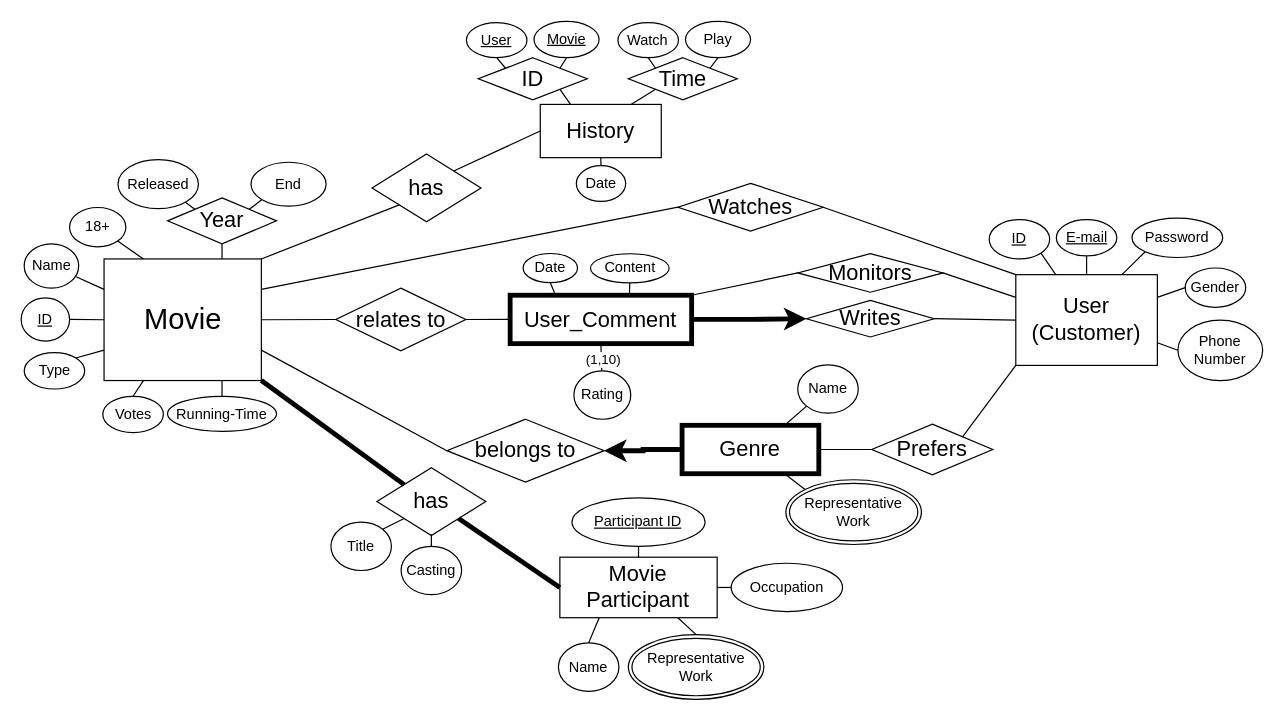
Above: page "ER" (1 of 2) of Assignment1_ER_Modeling/Movie.drawio in hjpark83/DBMS (draw.io), before the change. Source tidied: cells renumbered, new cells numbered last; positions are measured from the earlier drawing's top-left corner, leaving out a move shared by most shapes. Both pictures are drawn from the tidied source at 121%, with x=0, y=0 at pixel (21, 21).
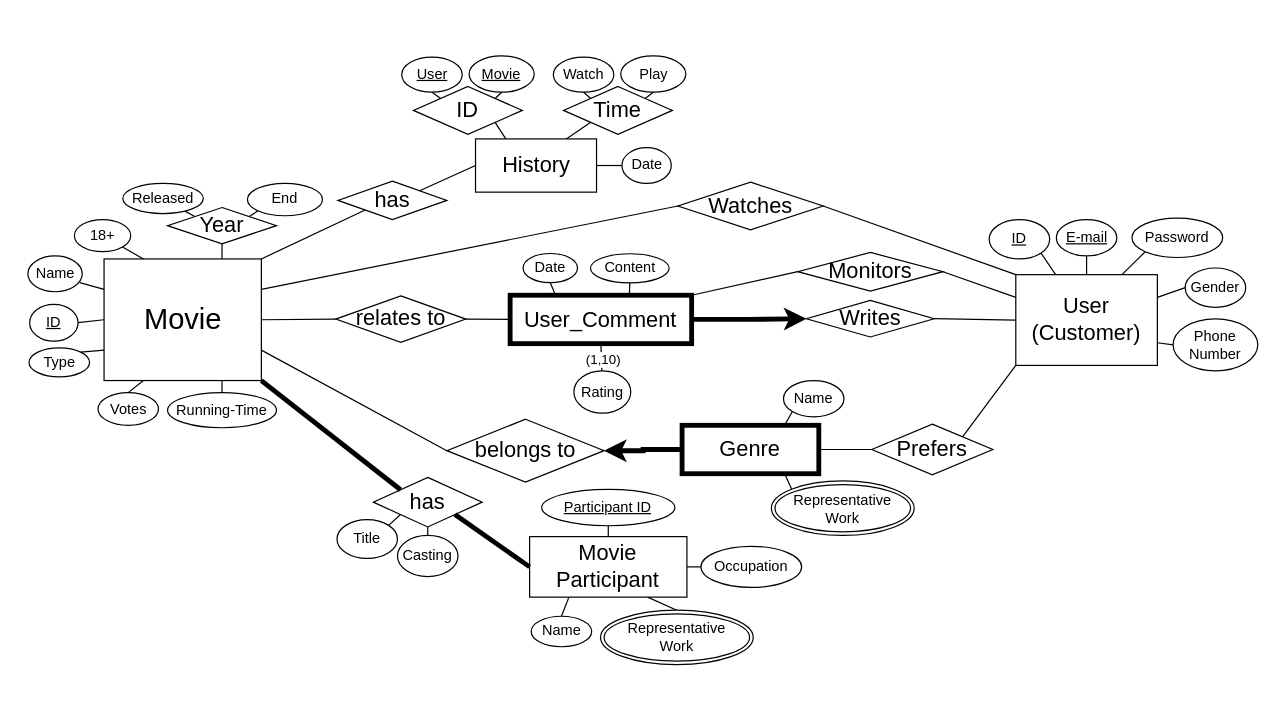
The same page after the edit.

The edit, as a diff of the source:
```diff
@@
     <mxCell id="2" value="Type" style="ellipse;whiteSpace=wrap;html=1;align=center;rounded=1;" parent="1" vertex="1">
-      <mxGeometry x="2.5" y="274" width="50" height="30" as="geometry" />
+      <mxGeometry x="6.5" y="270" width="50" height="24" as="geometry" />
     </mxCell>
@@
     <mxCell id="4" value="&lt;font style=&quot;font-size: 18px;&quot;&gt;Movie Participant&lt;/font&gt;" style="whiteSpace=wrap;html=1;align=center;rounded=0;" parent="1" vertex="1">
-      <mxGeometry x="445.2" y="443" width="130" height="50" as="geometry" />
+      <mxGeometry x="420.2" y="426" width="130" height="50" as="geometry" />
     </mxCell>
@@
     <mxCell id="13" value="Phone Number" style="ellipse;whiteSpace=wrap;html=1;align=center;rounded=1;" parent="1" vertex="1">
-      <mxGeometry x="956" y="247" width="70" height="50" as="geometry" />
+      <mxGeometry x="952" y="246" width="70" height="43" as="geometry" />
     </mxCell>
@@
     <mxCell id="15" value="Name" style="ellipse;whiteSpace=wrap;html=1;align=center;rounded=1;" parent="1" vertex="1">
-      <mxGeometry x="2.5" y="184" width="45" height="36.6" as="geometry" />
+      <mxGeometry x="5.5" y="194" width="45" height="29.6" as="geometry" />
     </mxCell>
     <mxCell id="16" value="Running-Time" style="ellipse;whiteSpace=wrap;html=1;align=center;rounded=1;" parent="1" vertex="1">
-      <mxGeometry x="121" y="310" width="90" height="29" as="geometry" />
+      <mxGeometry x="121" y="307" width="90" height="29" as="geometry" />
     </mxCell>
     <mxCell id="17" value="Released" style="ellipse;whiteSpace=wrap;html=1;align=center;rounded=1;" parent="1" vertex="1">
-      <mxGeometry x="80" y="114.4" width="66.5" height="40.6" as="geometry" />
+      <mxGeometry x="84" y="134" width="66.5" height="25" as="geometry" />
     </mxCell>
     <mxCell id="18" value="18+" style="ellipse;whiteSpace=wrap;html=1;align=center;rounded=1;" parent="1" vertex="1">
-      <mxGeometry x="40" y="154" width="46.5" height="32.5" as="geometry" />
+      <mxGeometry x="44" y="164" width="46.5" height="26.5" as="geometry" />
     </mxCell>
@@
     <mxCell id="22" value="Rating" style="ellipse;whiteSpace=wrap;html=1;align=center;rounded=1;" parent="1" vertex="1">
-      <mxGeometry x="456.8" y="289" width="47" height="40" as="geometry" />
+      <mxGeometry x="456.8" y="289" width="47" height="35" as="geometry" />
     </mxCell>
     <mxCell id="23" value="&lt;u&gt;ID&lt;/u&gt;" style="ellipse;whiteSpace=wrap;html=1;align=center;rounded=1;" parent="1" vertex="1">
-      <mxGeometry y="228.6" width="40" height="35.8" as="geometry" />
+      <mxGeometry x="7" y="234" width="40" height="30.4" as="geometry" />
     </mxCell>
@@
     <mxCell id="37" value="&lt;span style=&quot;font-size: 18px;&quot;&gt;relates to&lt;/span&gt;" style="shape=rhombus;perimeter=rhombusPerimeter;whiteSpace=wrap;html=1;align=center;rounded=0;" parent="1" vertex="1">
-      <mxGeometry x="260" y="220.6" width="107.5" height="51.9" as="geometry" />
+      <mxGeometry x="260" y="227" width="107.5" height="38.4" as="geometry" />
     </mxCell>
     <mxCell id="38" value="Name" style="ellipse;whiteSpace=wrap;html=1;align=center;rounded=1;" parent="1" vertex="1">
-      <mxGeometry x="444" y="513.8" width="50" height="40" as="geometry" />
+      <mxGeometry x="421.5" y="491.8" width="50" height="25.2" as="geometry" />
     </mxCell>
     <mxCell id="39" value="Occupation" style="ellipse;whiteSpace=wrap;html=1;align=center;rounded=1;" parent="1" vertex="1">
-      <mxGeometry x="586.8" y="448" width="92" height="40" as="geometry" />
+      <mxGeometry x="561.8" y="434" width="83.2" height="34" as="geometry" />
     </mxCell>
     <mxCell id="40" value="&lt;u&gt;Participant ID&lt;/u&gt;" style="ellipse;whiteSpace=wrap;html=1;align=center;rounded=1;" parent="1" vertex="1">
-      <mxGeometry x="455.2" y="394" width="110" height="40" as="geometry" />
+      <mxGeometry x="430.2" y="387" width="110" height="30" as="geometry" />
     </mxCell>
@@
     <mxCell id="45" value="End" style="ellipse;whiteSpace=wrap;html=1;align=center;rounded=1;" parent="1" vertex="1">
-      <mxGeometry x="190" y="116.6" width="62" height="36.2" as="geometry" />
+      <mxGeometry x="187" y="134" width="62" height="26.8" as="geometry" />
     </mxCell>
@@
     <mxCell id="49" value="&lt;font style=&quot;font-size: 18px;&quot;&gt;History&lt;/font&gt;" style="whiteSpace=wrap;html=1;align=center;rounded=0;" parent="1" vertex="1">
-      <mxGeometry x="429" y="68.8" width="100" height="44" as="geometry" />
+      <mxGeometry x="375.5" y="97.3" width="100" height="44" as="geometry" />
     </mxCell>
     <mxCell id="50" value="&lt;font style=&quot;font-size: 18px;&quot;&gt;Watches&lt;/font&gt;" style="shape=rhombus;perimeter=rhombusPerimeter;whiteSpace=wrap;html=1;align=center;rounded=0;" parent="1" vertex="1">
-      <mxGeometry x="542.8" y="134" width="120" height="39.5" as="geometry" />
+      <mxGeometry x="542.8" y="133" width="120" height="39.5" as="geometry" />
     </mxCell>
     <mxCell id="51" value="Name" style="ellipse;whiteSpace=wrap;html=1;align=center;rounded=1;" parent="1" vertex="1">
-      <mxGeometry x="641.8" y="284" width="50" height="40" as="geometry" />
+      <mxGeometry x="630" y="297" width="50" height="30" as="geometry" />
     </mxCell>
     <mxCell id="52" value="&lt;font style=&quot;font-size: 18px;&quot;&gt;has&lt;/font&gt;" style="shape=rhombus;perimeter=rhombusPerimeter;whiteSpace=wrap;html=1;align=center;rounded=0;" parent="1" vertex="1">
-      <mxGeometry x="294" y="369" width="90" height="56" as="geometry" />
+      <mxGeometry x="291" y="377" width="90" height="41" as="geometry" />
     </mxCell>
@@
     <mxCell id="54" value="Watch" style="ellipse;whiteSpace=wrap;html=1;align=center;rounded=1;" parent="1" vertex="1">
-      <mxGeometry x="493.2" y="1.2" width="50" height="29" as="geometry" />
+      <mxGeometry x="439.8" y="29.7" width="50" height="29" as="geometry" />
     </mxCell>
     <mxCell id="55" value="Play" style="ellipse;whiteSpace=wrap;html=1;align=center;rounded=1;" parent="1" vertex="1">
-      <mxGeometry x="549" y="0.2" width="53.8" height="30" as="geometry" />
+      <mxGeometry x="495.5" y="28.7" width="53.8" height="30" as="geometry" />
     </mxCell>
@@
-    <mxCell id="58" style="endArrow=none;html=1;rounded=1;entryX=0.5;entryY=1;entryDx=0;entryDy=0;exitX=0.5;exitY=0;exitDx=0;exitDy=0;" parent="1" edge="1" source="59" target="49">
+    <mxCell id="58" style="endArrow=none;html=1;rounded=1;entryX=1;entryY=0.5;entryDx=0;entryDy=0;exitX=0;exitY=0.5;exitDx=0;exitDy=0;" parent="1" edge="1" source="59" target="49">
       <mxGeometry relative="1" as="geometry" />
     </mxCell>
     <mxCell id="59" value="Date" style="ellipse;whiteSpace=wrap;html=1;align=center;rounded=1;" parent="1" vertex="1">
-      <mxGeometry x="458.8" y="119.4" width="40.8" height="29.6" as="geometry" />
+      <mxGeometry x="496.5" y="104.5" width="40.8" height="29.6" as="geometry" />
     </mxCell>
     <mxCell id="60" value="&lt;font style=&quot;font-size: 18px;&quot;&gt;has&lt;/font&gt;" style="shape=rhombus;perimeter=rhombusPerimeter;whiteSpace=wrap;html=1;align=center;rounded=0;" parent="1" vertex="1">
-      <mxGeometry x="290" y="109.8" width="90" height="56" as="geometry" />
+      <mxGeometry x="261.8" y="132.2" width="90" height="31.8" as="geometry" />
     </mxCell>
@@
     <mxCell id="62" value="&lt;span style=&quot;font-size: 18px;&quot;&gt;Year&lt;/span&gt;" style="shape=rhombus;perimeter=rhombusPerimeter;whiteSpace=wrap;html=1;align=center;rounded=0;" parent="1" vertex="1">
-      <mxGeometry x="121" y="146" width="90" height="38" as="geometry" />
+      <mxGeometry x="121" y="154" width="90" height="30" as="geometry" />
     </mxCell>
     <mxCell id="63" value="&lt;span style=&quot;font-size: 18px;&quot;&gt;Time&lt;/span&gt;" style="shape=rhombus;perimeter=rhombusPerimeter;whiteSpace=wrap;html=1;align=center;rounded=0;" parent="1" vertex="1">
-      <mxGeometry x="501.8" y="30.2" width="90" height="34.8" as="geometry" />
+      <mxGeometry x="448.2" y="54" width="90" height="39.5" as="geometry" />
     </mxCell>
@@
     <mxCell id="77" value="Votes" style="ellipse;whiteSpace=wrap;html=1;align=center;rounded=1;" parent="1" vertex="1">
-      <mxGeometry x="67.5" y="310" width="50" height="30" as="geometry" />
+      <mxGeometry x="63.5" y="307" width="50" height="27" as="geometry" />
     </mxCell>
@@
     <mxCell id="79" value="Title" style="ellipse;whiteSpace=wrap;html=1;align=center;rounded=1;" parent="1" vertex="1">
-      <mxGeometry x="256" y="414" width="50" height="40" as="geometry" />
+      <mxGeometry x="261" y="412" width="50" height="32" as="geometry" />
     </mxCell>
     <mxCell id="80" value="Casting" style="ellipse;whiteSpace=wrap;html=1;align=center;rounded=1;" parent="1" vertex="1">
-      <mxGeometry x="314" y="434" width="50" height="40" as="geometry" />
+      <mxGeometry x="311" y="425" width="50" height="34" as="geometry" />
     </mxCell>
@@
-    <mxCell id="82" style="endArrow=none;html=1;rounded=1;entryX=0.5;entryY=0;entryDx=0;entryDy=0;" parent="1" edge="1" target="80">
-      <mxGeometry relative="1" as="geometry">
-        <mxPoint x="339" y="424" as="sourcePoint" />
-      </mxGeometry>
+    <mxCell id="82" style="endArrow=none;html=1;rounded=1;entryX=0.5;entryY=0;entryDx=0;entryDy=0;exitX=0.5;exitY=1;exitDx=0;exitDy=0;" parent="1" edge="1" source="52" target="80">
+      <mxGeometry relative="1" as="geometry" />
     </mxCell>
     <mxCell id="83" value="Representative&lt;br&gt;Work" style="ellipse;shape=doubleEllipse;margin=3;whiteSpace=wrap;html=1;align=center;" parent="1" vertex="1">
-      <mxGeometry x="501.8" y="507" width="112" height="53.5" as="geometry" />
+      <mxGeometry x="478.8" y="486.8" width="126.2" height="45" as="geometry" />
     </mxCell>
     <mxCell id="84" value="Representative&lt;br&gt;Work" style="ellipse;shape=doubleEllipse;margin=3;whiteSpace=wrap;html=1;align=center;" parent="1" vertex="1">
-      <mxGeometry x="632" y="379" width="112" height="53.5" as="geometry" />
+      <mxGeometry x="620" y="380" width="118" height="45" as="geometry" />
     </mxCell>
     <mxCell id="85" value="&lt;span style=&quot;font-size: 18px;&quot;&gt;ID&lt;/span&gt;" style="shape=rhombus;perimeter=rhombusPerimeter;whiteSpace=wrap;html=1;align=center;rounded=0;" parent="1" vertex="1">
-      <mxGeometry x="377.8" y="30.2" width="90" height="34.8" as="geometry" />
+      <mxGeometry x="324.2" y="54" width="90" height="39.5" as="geometry" />
     </mxCell>
@@
     <mxCell id="87" value="&lt;u&gt;User&lt;/u&gt;" style="ellipse;whiteSpace=wrap;html=1;align=center;rounded=1;" parent="1" vertex="1">
-      <mxGeometry x="368" y="1.2" width="50" height="29" as="geometry" />
+      <mxGeometry x="314.5" y="29.7" width="50" height="29" as="geometry" />
     </mxCell>
     <mxCell id="88" value="&lt;u&gt;Movie&lt;/u&gt;" style="ellipse;whiteSpace=wrap;html=1;align=center;rounded=1;" parent="1" vertex="1">
-      <mxGeometry x="423.8" y="0.2" width="53.8" height="30" as="geometry" />
+      <mxGeometry x="370.2" y="28.7" width="53.8" height="30" as="geometry" />
     </mxCell>
@@
     <mxCell id="93" value="&lt;font style=&quot;font-size: 18px;&quot;&gt;Monitors&lt;/font&gt;" style="shape=rhombus;perimeter=rhombusPerimeter;whiteSpace=wrap;html=1;align=center;rounded=0;" parent="1" vertex="1">
-      <mxGeometry x="641.8" y="192.1" width="120" height="31.9" as="geometry" />
+      <mxGeometry x="641.8" y="191.1" width="120" height="31.9" as="geometry" />
     </mxCell>
```
